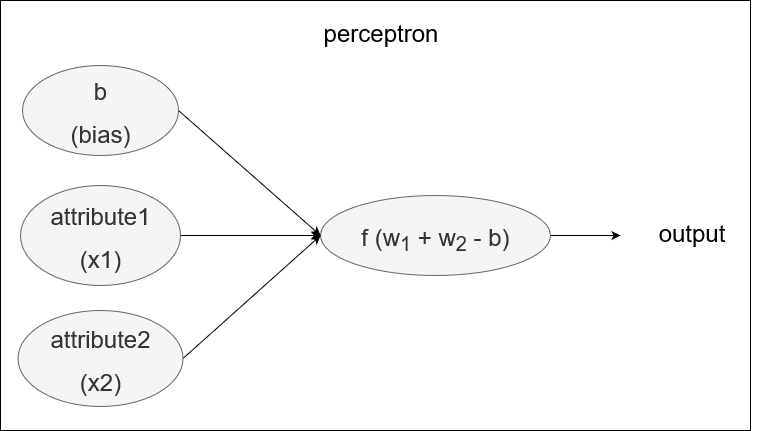
Earlier version of the draw.io export perceptron.png (waltercostamb/breast_cancer_diagnostics). Source tidied: cells renumbered, new cells last; positions are measured from the earlier drawing's top-left corner, leaving out a move shared by most shapes.
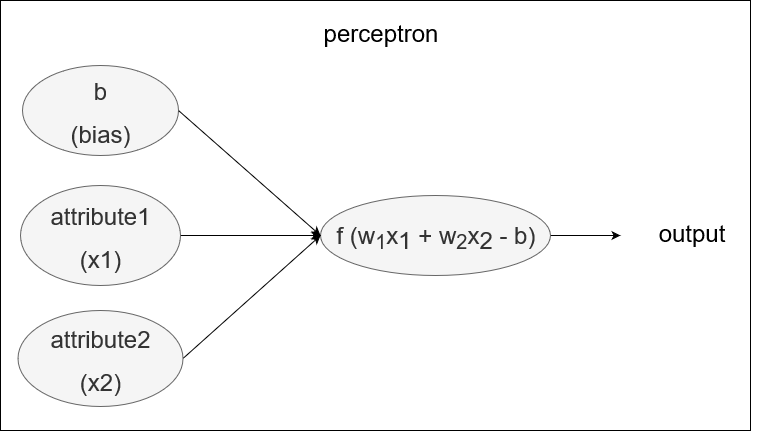
After the change.

What changed in the source:
```diff
@@ -5,38 +5,41 @@
     <mxCell id="2" style="group;" parent="1" vertex="1">
       <mxGeometry width="763" height="430" as="geometry" />
     </mxCell>
-    <mxCell id="3" style="rounded=0;whiteSpace=wrap;html=1;" parent="2" vertex="1">
-      <mxGeometry width="750" height="430" as="geometry" />
+    <mxCell id="3" style="group;" parent="2" vertex="1">
+      <mxGeometry width="763" height="430" as="geometry" />
     </mxCell>
-    <mxCell id="4" value="&lt;font style=&quot;font-size: 24px&quot;&gt;&lt;font style=&quot;font-size: 36px&quot;&gt;&lt;font style=&quot;font-size: 24px&quot;&gt;b &lt;br&gt;(bias)&lt;/font&gt;&lt;br&gt;&lt;/font&gt;&lt;/font&gt;" style="ellipse;whiteSpace=wrap;html=1;fillColor=#f5f5f5;strokeColor=#666666;fontColor=#333333;" parent="2" vertex="1">
-      <mxGeometry x="22" y="65" width="156" height="90" as="geometry" />
+    <mxCell id="4" style="rounded=0;whiteSpace=wrap;html=1;" parent="3" vertex="1">
+      <mxGeometry width="750" height="430" as="geometry" />
     </mxCell>
-    <mxCell id="5" value="&lt;font style=&quot;font-size: 14px&quot;&gt;&lt;font style=&quot;font-size: 36px&quot;&gt;&lt;font style=&quot;font-size: 24px&quot;&gt;attribute1 &lt;br&gt;(x1)&lt;/font&gt;&lt;br&gt;&lt;/font&gt;&lt;/font&gt;" style="ellipse;whiteSpace=wrap;html=1;fillColor=#f5f5f5;strokeColor=#666666;fontColor=#333333;" parent="2" vertex="1">
-      <mxGeometry x="20" y="185" width="160" height="100" as="geometry" />
+    <mxCell id="5" value="&lt;font style=&quot;font-size: 24px&quot;&gt;&lt;font style=&quot;font-size: 36px&quot;&gt;&lt;font style=&quot;font-size: 24px&quot;&gt;b &lt;br&gt;(bias)&lt;/font&gt;&lt;br&gt;&lt;/font&gt;&lt;/font&gt;" style="ellipse;whiteSpace=wrap;html=1;fillColor=#f5f5f5;strokeColor=#666666;fontColor=#333333;" parent="3" vertex="1">
+      <mxGeometry x="22" y="65" width="156" height="90" as="geometry" />
     </mxCell>
-    <mxCell id="6" value="&lt;font style=&quot;font-size: 14px&quot;&gt;&lt;font style=&quot;font-size: 36px&quot;&gt;&lt;font style=&quot;font-size: 24px&quot;&gt;attribute2 &lt;br&gt;(x2)&lt;/font&gt;&lt;br&gt;&lt;/font&gt;&lt;/font&gt;" style="ellipse;whiteSpace=wrap;html=1;fillColor=#f5f5f5;strokeColor=#666666;fontColor=#333333;" parent="2" vertex="1">
-      <mxGeometry x="17.5" y="310" width="165" height="96" as="geometry" />
+    <mxCell id="6" value="&lt;font style=&quot;font-size: 14px&quot;&gt;&lt;font style=&quot;font-size: 36px&quot;&gt;&lt;font style=&quot;font-size: 24px&quot;&gt;attribute1 &lt;br&gt;(x1)&lt;/font&gt;&lt;br&gt;&lt;/font&gt;&lt;/font&gt;" style="ellipse;whiteSpace=wrap;html=1;fillColor=#f5f5f5;strokeColor=#666666;fontColor=#333333;" parent="3" vertex="1">
+      <mxGeometry x="20" y="185" width="160" height="100" as="geometry" />
     </mxCell>
-    <mxCell id="7" value="&lt;font style=&quot;font-size: 24px&quot;&gt;&lt;font style=&quot;font-size: 36px&quot;&gt;&lt;font style=&quot;font-size: 24px&quot;&gt;f (w&lt;sub&gt;1&lt;/sub&gt; + w&lt;sub&gt;2&lt;/sub&gt; - b)&lt;/font&gt;&lt;br&gt;&lt;/font&gt;&lt;/font&gt;" style="ellipse;whiteSpace=wrap;html=1;fillColor=#f5f5f5;strokeColor=#666666;fontColor=#333333;" parent="2" vertex="1">
-      <mxGeometry x="320" y="195" width="230" height="80" as="geometry" />
+    <mxCell id="7" value="&lt;font style=&quot;font-size: 14px&quot;&gt;&lt;font style=&quot;font-size: 36px&quot;&gt;&lt;font style=&quot;font-size: 24px&quot;&gt;attribute2 &lt;br&gt;(x2)&lt;/font&gt;&lt;br&gt;&lt;/font&gt;&lt;/font&gt;" style="ellipse;whiteSpace=wrap;html=1;fillColor=#f5f5f5;strokeColor=#666666;fontColor=#333333;" parent="3" vertex="1">
+      <mxGeometry x="17.5" y="310" width="165" height="96" as="geometry" />
     </mxCell>
-    <mxCell id="8" style="endArrow=classic;html=1;entryX=0;entryY=0.5;entryDx=0;entryDy=0;exitX=1;exitY=0.5;exitDx=0;exitDy=0;" parent="2" edge="1" source="4" target="7">
-      <mxGeometry relative="1" as="geometry" />
+    <mxCell id="8" value="&lt;font style=&quot;font-size: 24px&quot;&gt;&lt;font style=&quot;font-size: 36px&quot;&gt;&lt;font style=&quot;font-size: 24px&quot;&gt;f (w&lt;sub&gt;1&lt;/sub&gt;x&lt;/font&gt;&lt;/font&gt;&lt;/font&gt;&lt;font style=&quot;font-size: 24px&quot;&gt;&lt;font style=&quot;font-size: 36px&quot;&gt;&lt;font style=&quot;font-size: 24px&quot;&gt;&lt;sub&gt;&lt;font style=&quot;font-size: 24px&quot;&gt;&lt;font style=&quot;font-size: 36px&quot;&gt;&lt;font style=&quot;font-size: 24px&quot;&gt;1&lt;/font&gt;&lt;/font&gt;&lt;/font&gt;&lt;/sub&gt; + w&lt;sub&gt;2&lt;/sub&gt;&lt;/font&gt;&lt;/font&gt;&lt;/font&gt;&lt;font style=&quot;font-size: 24px&quot;&gt;&lt;font style=&quot;font-size: 36px&quot;&gt;&lt;font style=&quot;font-size: 24px&quot;&gt;&lt;font style=&quot;font-size: 24px&quot;&gt;&lt;font style=&quot;font-size: 36px&quot;&gt;&lt;font style=&quot;font-size: 24px&quot;&gt;x&lt;/font&gt;&lt;/font&gt;&lt;/font&gt;&lt;font style=&quot;font-size: 24px&quot;&gt;&lt;font style=&quot;font-size: 36px&quot;&gt;&lt;font style=&quot;font-size: 24px&quot;&gt;&lt;sub&gt;&lt;font style=&quot;font-size: 24px&quot;&gt;&lt;font style=&quot;font-size: 36px&quot;&gt;&lt;font style=&quot;font-size: 24px&quot;&gt;2&lt;/font&gt;&lt;/font&gt;&lt;/font&gt;&lt;/sub&gt; &lt;/font&gt;&lt;/font&gt;&lt;/font&gt; - b)&lt;/font&gt;&lt;br&gt;&lt;/font&gt;&lt;/font&gt;" style="ellipse;whiteSpace=wrap;html=1;fillColor=#f5f5f5;strokeColor=#666666;fontColor=#333333;" parent="3" vertex="1">
+      <mxGeometry x="320" y="195" width="230" height="80" as="geometry" />
     </mxCell>
-    <mxCell id="9" style="endArrow=classic;html=1;entryX=0;entryY=0.5;entryDx=0;entryDy=0;exitX=1;exitY=0.5;exitDx=0;exitDy=0;" parent="2" edge="1" source="5" target="7">
+    <mxCell id="9" style="endArrow=classic;html=1;entryX=0;entryY=0.5;entryDx=0;entryDy=0;exitX=1;exitY=0.5;exitDx=0;exitDy=0;" parent="3" edge="1" source="5" target="8">
       <mxGeometry relative="1" as="geometry" />
     </mxCell>
-    <mxCell id="10" style="endArrow=classic;html=1;entryX=0;entryY=0.5;entryDx=0;entryDy=0;exitX=1;exitY=0.5;exitDx=0;exitDy=0;" parent="2" edge="1" source="6" target="7">
+    <mxCell id="10" style="endArrow=classic;html=1;entryX=0;entryY=0.5;entryDx=0;entryDy=0;exitX=1;exitY=0.5;exitDx=0;exitDy=0;" parent="3" edge="1" source="6" target="8">
       <mxGeometry relative="1" as="geometry" />
     </mxCell>
-    <mxCell id="11" style="endArrow=classic;html=1;entryX=0;entryY=0.5;entryDx=0;entryDy=0;exitX=1;exitY=0.5;exitDx=0;exitDy=0;" parent="2" edge="1" source="7" target="12">
+    <mxCell id="11" style="endArrow=classic;html=1;entryX=0;entryY=0.5;entryDx=0;entryDy=0;exitX=1;exitY=0.5;exitDx=0;exitDy=0;" parent="3" edge="1" source="7" target="8">
       <mxGeometry relative="1" as="geometry" />
     </mxCell>
-    <mxCell id="12" value="&lt;font style=&quot;font-size: 24px&quot;&gt;output&lt;/font&gt;" style="text;html=1;strokeColor=none;fillColor=none;align=center;verticalAlign=middle;whiteSpace=wrap;rounded=0;" parent="2" vertex="1">
-      <mxGeometry x="620" y="210" width="143" height="50" as="geometry" />
+    <mxCell id="12" style="endArrow=classic;html=1;entryX=0;entryY=0.5;entryDx=0;entryDy=0;exitX=1;exitY=0.5;exitDx=0;exitDy=0;" parent="3" edge="1" source="8" target="13">
+      <mxGeometry relative="1" as="geometry" />
     </mxCell>
-    <mxCell id="13" value="&lt;font style=&quot;font-size: 24px&quot;&gt;perceptron&lt;/font&gt;" style="text;html=1;strokeColor=none;fillColor=none;align=center;verticalAlign=middle;whiteSpace=wrap;rounded=0;" parent="2" vertex="1">
-      <mxGeometry x="308.5" y="10" width="143" height="50" as="geometry" />
+    <mxCell id="13" value="&lt;font style=&quot;font-size: 24px&quot;&gt;output&lt;/font&gt;" style="text;html=1;strokeColor=none;fillColor=none;align=center;verticalAlign=middle;whiteSpace=wrap;rounded=0;" parent="3" vertex="1">
+      <mxGeometry x="620" y="210" width="143" height="50" as="geometry" />
     </mxCell>
+    <mxCell id="14" value="&lt;font style=&quot;font-size: 24px&quot;&gt;perceptron&lt;/font&gt;" style="text;html=1;strokeColor=none;fillColor=none;align=center;verticalAlign=middle;whiteSpace=wrap;rounded=0;" parent="3" vertex="1">
+      <mxGeometry x="308.5" y="10" width="143" height="50" as="geometry" />
+    </mxCell>
   </root>
 </mxGraphModel>
```
